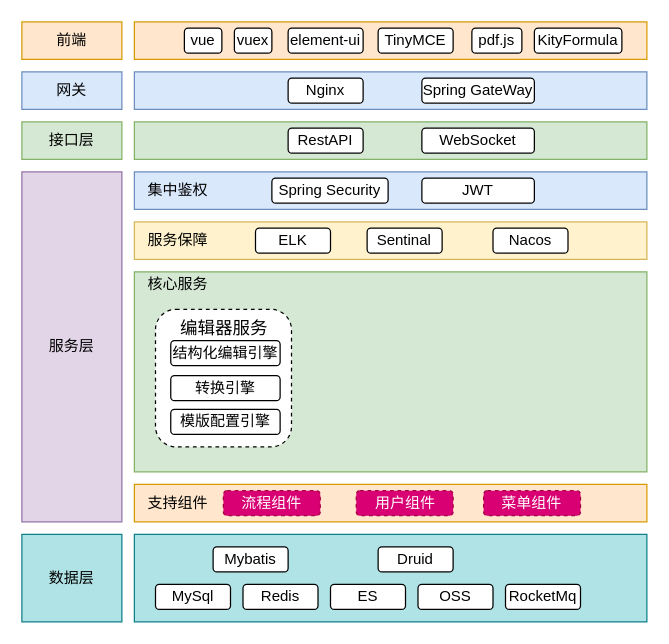
Earlier version of the draw.io diagram 体系文件协同编辑和管理工具/体系文件协同编辑和管理工具.drawio (DemonHan/KuickBuy). Source tidied: cells renumbered, new cells numbered last; positions are measured from the earlier drawing's top-left corner, leaving out a move shared by most shapes. Both pictures are drawn from the tidied source at 125%, with x=0, y=0 at pixel (21, 21).
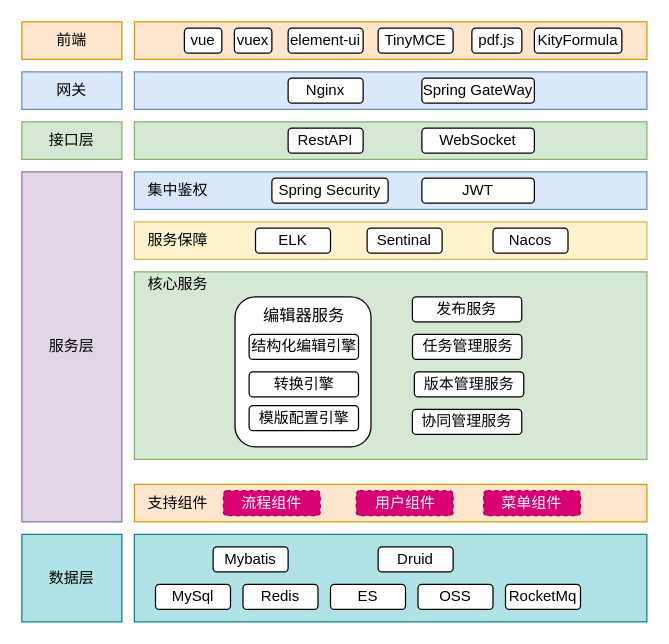
The same page after the edit.

Commit message (it also covers changes not shown here):
更新体系文件协同编辑和管理工具.drawio

What changed in the source:
```diff
@@
     <mxCell id="2" style="rounded=0;whiteSpace=wrap;html=1;fillColor=#d5e8d4;strokeColor=#82b366;" parent="1" vertex="1">
-      <mxGeometry x="90" y="200" width="410" height="160" as="geometry" />
+      <mxGeometry x="90" y="200" width="410" height="150" as="geometry" />
     </mxCell>
@@
-    <mxCell id="41" style="rounded=1;whiteSpace=wrap;html=1;dashed=1;" parent="1" vertex="1">
-      <mxGeometry x="106.9" y="230" width="108.8" height="110" as="geometry" />
+    <mxCell id="41" style="rounded=1;whiteSpace=wrap;html=1;" parent="1" vertex="1">
+      <mxGeometry x="170.5" y="220" width="108.8" height="120" as="geometry" />
     </mxCell>
@@
     <mxCell id="45" value="结构化编辑引擎" style="rounded=1;whiteSpace=wrap;html=1;" parent="1" vertex="1">
-      <mxGeometry x="119.1" y="255" width="87.5" height="20" as="geometry" />
+      <mxGeometry x="181.8" y="250" width="87.5" height="20" as="geometry" />
     </mxCell>
-    <mxCell id="46" value="编辑器服务" style="text;html=1;strokeColor=none;fillColor=none;align=center;verticalAlign=middle;whiteSpace=wrap;rounded=0;fontSize=14;" parent="1" vertex="1">
-      <mxGeometry x="123.1" y="230" width="77.5" height="30" as="geometry" />
+    <mxCell id="46" value="编辑器服务" style="text;html=1;strokeColor=none;fillColor=none;align=center;verticalAlign=middle;whiteSpace=wrap;rounded=0;fontSize=13;" parent="1" vertex="1">
+      <mxGeometry x="183.6" y="220" width="83.8" height="30" as="geometry" />
     </mxCell>
     <mxCell id="47" value="转换引擎" style="rounded=1;whiteSpace=wrap;html=1;" parent="1" vertex="1">
-      <mxGeometry x="119.1" y="283" width="87.5" height="20" as="geometry" />
+      <mxGeometry x="181.8" y="280" width="87.5" height="20" as="geometry" />
     </mxCell>
     <mxCell id="48" value="模版配置引擎" style="rounded=1;whiteSpace=wrap;html=1;" parent="1" vertex="1">
-      <mxGeometry x="119.1" y="310" width="87.5" height="20" as="geometry" />
+      <mxGeometry x="181.8" y="307" width="87.5" height="20" as="geometry" />
     </mxCell>
+    <mxCell id="49" value="发布服务" style="rounded=1;whiteSpace=wrap;html=1;" parent="1" vertex="1">
+      <mxGeometry x="312.4" y="220" width="87.5" height="20" as="geometry" />
+    </mxCell>
+    <mxCell id="50" value="版本管理服务" style="rounded=1;whiteSpace=wrap;html=1;" parent="1" vertex="1">
+      <mxGeometry x="314" y="280" width="87.5" height="20" as="geometry" />
+    </mxCell>
+    <mxCell id="51" value="任务管理服务" style="rounded=1;whiteSpace=wrap;html=1;" parent="1" vertex="1">
+      <mxGeometry x="312.5" y="250" width="87.5" height="20" as="geometry" />
+    </mxCell>
+    <mxCell id="52" value="协同管理服务" style="rounded=1;whiteSpace=wrap;html=1;" parent="1" vertex="1">
+      <mxGeometry x="312.4" y="310" width="87.5" height="20" as="geometry" />
+    </mxCell>
```
